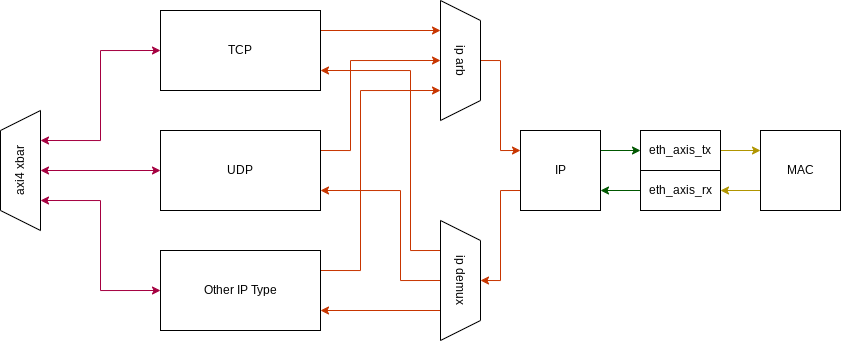
bman12three4/super6502 keeps this draw.io diagram as hw/super6502_fpga/src/sub/network_processor/doc/network_processor.drawio.png. Above is the earlier version. Source tidied: cells renumbered, new cells last; positions are measured from the earlier drawing's top-left corner, leaving out a move shared by most shapes.
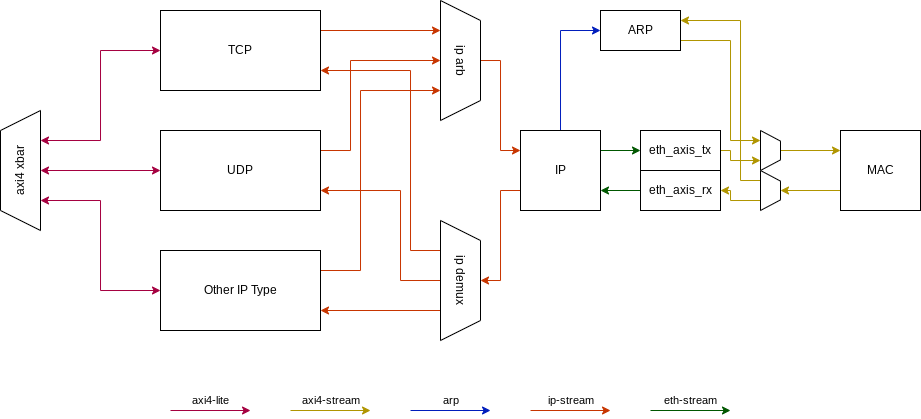
Above is the later version.

The edit, as a diff of the source:
```diff
@@ -42,15 +42,31 @@
     <mxCell id="11" value="Other IP Type" style="rounded=0;whiteSpace=wrap;html=1;" parent="1" vertex="1">
       <mxGeometry x="200" y="240" width="160" height="80" as="geometry" />
     </mxCell>
-    <mxCell id="12" style="edgeStyle=orthogonalEdgeStyle;rounded=0;jettySize=auto;html=1;exitX=0;exitY=0.75;exitDx=0;exitDy=0;entryX=1;entryY=0.5;entryDx=0;entryDy=0;fillColor=#e3c800;strokeColor=#B09500;" parent="1" edge="1" source="13" target="17">
-      <mxGeometry relative="1" as="geometry" />
+    <mxCell id="12" style="edgeStyle=orthogonalEdgeStyle;rounded=0;jettySize=auto;html=1;exitX=0.75;exitY=1;exitDx=0;exitDy=0;entryX=1;entryY=0.5;entryDx=0;entryDy=0;fillColor=#e3c800;strokeColor=#B09500;" parent="1" edge="1" source="34" target="17">
+      <mxGeometry relative="1" as="geometry">
+        <Array as="points">
+          <mxPoint x="770" y="190" />
+          <mxPoint x="770" y="180" />
+        </Array>
+      </mxGeometry>
     </mxCell>
+    <mxCell id="27" style="edgeStyle=orthogonalEdgeStyle;rounded=0;jettySize=auto;html=1;exitX=0;exitY=0.75;exitDx=0;exitDy=0;entryX=0.5;entryY=0;entryDx=0;entryDy=0;fillColor=#e3c800;strokeColor=#B09500;" parent="1" edge="1" source="13" target="34">
+      <mxGeometry relative="1" as="geometry" />
+    </mxCell>
     <mxCell id="13" value="MAC" style="whiteSpace=wrap;html=1;" parent="1" vertex="1">
-      <mxGeometry x="800" y="120" width="80" height="80" as="geometry" />
+      <mxGeometry x="880" y="120" width="80" height="80" as="geometry" />
     </mxCell>
-    <mxCell id="14" style="edgeStyle=orthogonalEdgeStyle;rounded=0;jettySize=auto;html=1;entryX=0;entryY=0.25;entryDx=0;entryDy=0;fillColor=#e3c800;strokeColor=#B09500;" parent="1" edge="1" source="15" target="13">
+    <mxCell id="14" style="edgeStyle=orthogonalEdgeStyle;rounded=0;jettySize=auto;html=1;entryX=0;entryY=0.25;entryDx=0;entryDy=0;fillColor=#e3c800;strokeColor=#B09500;exitX=0.5;exitY=0;exitDx=0;exitDy=0;" parent="1" edge="1" source="32" target="13">
       <mxGeometry relative="1" as="geometry" />
     </mxCell>
+    <mxCell id="28" style="edgeStyle=orthogonalEdgeStyle;rounded=0;jettySize=auto;html=1;entryX=0.75;entryY=1;entryDx=0;entryDy=0;fillColor=#e3c800;strokeColor=#B09500;" parent="1" edge="1" source="15" target="32">
+      <mxGeometry relative="1" as="geometry">
+        <Array as="points">
+          <mxPoint x="770" y="140" />
+          <mxPoint x="770" y="150" />
+        </Array>
+      </mxGeometry>
+    </mxCell>
     <mxCell id="15" value="eth_axis_tx" style="rounded=0;whiteSpace=wrap;html=1;" parent="1" vertex="1">
       <mxGeometry x="680" y="120" width="80" height="40" as="geometry" />
     </mxCell>
@@ -66,6 +82,9 @@
     <mxCell id="19" style="edgeStyle=orthogonalEdgeStyle;rounded=0;jettySize=auto;html=1;exitX=0;exitY=0.75;exitDx=0;exitDy=0;entryX=0.5;entryY=0;entryDx=0;entryDy=0;fillColor=#fa6800;strokeColor=#C73500;" parent="1" edge="1" source="20" target="26">
       <mxGeometry relative="1" as="geometry" />
     </mxCell>
+    <mxCell id="29" style="edgeStyle=orthogonalEdgeStyle;rounded=0;jettySize=auto;html=1;entryX=0;entryY=0.5;entryDx=0;entryDy=0;fillColor=#0050ef;strokeColor=#001DBC;" parent="1" edge="1" source="20" target="31">
+      <mxGeometry relative="1" as="geometry" />
+    </mxCell>
     <mxCell id="20" value="IP" style="rounded=0;whiteSpace=wrap;html=1;" parent="1" vertex="1">
       <mxGeometry x="560" y="120" width="80" height="80" as="geometry" />
     </mxCell>
@@ -97,5 +116,85 @@
     <mxCell id="26" value="ip demux" style="shape=trapezoid;perimeter=trapezoidPerimeter;whiteSpace=wrap;html=1;fixedSize=1;rotation=90;" parent="1" vertex="1">
       <mxGeometry x="440" y="250" width="120" height="40" as="geometry" />
     </mxCell>
+    <mxCell id="30" style="edgeStyle=orthogonalEdgeStyle;rounded=0;jettySize=auto;html=1;exitX=1;exitY=0.75;exitDx=0;exitDy=0;entryX=0.25;entryY=1;entryDx=0;entryDy=0;fillColor=#e3c800;strokeColor=#B09500;" parent="1" edge="1" source="31" target="32">
+      <mxGeometry relative="1" as="geometry">
+        <Array as="points">
+          <mxPoint x="770" y="30" />
+          <mxPoint x="770" y="130" />
+        </Array>
+      </mxGeometry>
+    </mxCell>
+    <mxCell id="31" value="ARP" style="rounded=0;whiteSpace=wrap;html=1;" parent="1" vertex="1">
+      <mxGeometry x="640" width="80" height="40" as="geometry" />
+    </mxCell>
+    <mxCell id="32" style="shape=trapezoid;perimeter=trapezoidPerimeter;whiteSpace=wrap;html=1;fixedSize=1;rotation=90;size=10.620000000000118;" parent="1" vertex="1">
+      <mxGeometry x="790" y="130" width="40" height="20" as="geometry" />
+    </mxCell>
+    <mxCell id="33" style="edgeStyle=orthogonalEdgeStyle;rounded=0;jettySize=auto;html=1;exitX=0.25;exitY=1;exitDx=0;exitDy=0;entryX=1;entryY=0.25;entryDx=0;entryDy=0;fillColor=#e3c800;strokeColor=#B09500;" parent="1" edge="1" source="34" target="31">
+      <mxGeometry relative="1" as="geometry">
+        <Array as="points">
+          <mxPoint x="780" y="170" />
+          <mxPoint x="780" y="10" />
+        </Array>
+      </mxGeometry>
+    </mxCell>
+    <mxCell id="34" style="shape=trapezoid;perimeter=trapezoidPerimeter;whiteSpace=wrap;html=1;fixedSize=1;rotation=90;size=10.620000000000118;" parent="1" vertex="1">
+      <mxGeometry x="790" y="170" width="40" height="20" as="geometry" />
+    </mxCell>
+    <mxCell id="35" style="endArrow=classic;html=1;rounded=0;fillColor=#d80073;strokeColor=#A50040;" parent="1" edge="1">
+      <mxGeometry relative="1" as="geometry">
+        <mxPoint x="210" y="400" as="sourcePoint" />
+        <mxPoint x="290" y="400" as="targetPoint" />
+      </mxGeometry>
+    </mxCell>
+    <mxCell id="36" value="axi4-lite" style="edgeLabel;html=1;align=center;verticalAlign=middle;" parent="35" vertex="1">
+      <mxGeometry x="0.2" y="2" relative="1" as="geometry">
+        <mxPoint x="-8" y="-8" as="offset" />
+      </mxGeometry>
+    </mxCell>
+    <mxCell id="37" style="endArrow=classic;html=1;rounded=0;fillColor=#e3c800;strokeColor=#B09500;" parent="1" edge="1">
+      <mxGeometry relative="1" as="geometry">
+        <mxPoint x="330" y="400" as="sourcePoint" />
+        <mxPoint x="410" y="400" as="targetPoint" />
+      </mxGeometry>
+    </mxCell>
+    <mxCell id="38" value="axi4-stream" style="edgeLabel;html=1;align=center;verticalAlign=middle;" parent="37" vertex="1">
+      <mxGeometry x="0.2" y="2" relative="1" as="geometry">
+        <mxPoint x="-8" y="-8" as="offset" />
+      </mxGeometry>
+    </mxCell>
+    <mxCell id="39" style="endArrow=classic;html=1;rounded=0;fillColor=#0050ef;strokeColor=#001DBC;" parent="1" edge="1">
+      <mxGeometry relative="1" as="geometry">
+        <mxPoint x="450" y="400" as="sourcePoint" />
+        <mxPoint x="530" y="400" as="targetPoint" />
+      </mxGeometry>
+    </mxCell>
+    <mxCell id="40" value="arp" style="edgeLabel;html=1;align=center;verticalAlign=middle;" parent="39" vertex="1">
+      <mxGeometry x="0.2" y="2" relative="1" as="geometry">
+        <mxPoint x="-8" y="-8" as="offset" />
+      </mxGeometry>
+    </mxCell>
+    <mxCell id="41" style="endArrow=classic;html=1;rounded=0;fillColor=#fa6800;strokeColor=#C73500;" parent="1" edge="1">
+      <mxGeometry relative="1" as="geometry">
+        <mxPoint x="570" y="400" as="sourcePoint" />
+        <mxPoint x="650" y="400" as="targetPoint" />
+      </mxGeometry>
+    </mxCell>
+    <mxCell id="42" value="ip-stream" style="edgeLabel;html=1;align=center;verticalAlign=middle;" parent="41" vertex="1">
+      <mxGeometry x="0.2" y="2" relative="1" as="geometry">
+        <mxPoint x="-8" y="-8" as="offset" />
+      </mxGeometry>
+    </mxCell>
+    <mxCell id="43" style="endArrow=classic;html=1;rounded=0;fillColor=#008a00;strokeColor=#005700;" parent="1" edge="1">
+      <mxGeometry relative="1" as="geometry">
+        <mxPoint x="690" y="400" as="sourcePoint" />
+        <mxPoint x="770" y="400" as="targetPoint" />
+      </mxGeometry>
+    </mxCell>
+    <mxCell id="44" value="eth-stream" style="edgeLabel;html=1;align=center;verticalAlign=middle;" parent="43" vertex="1">
+      <mxGeometry x="0.2" y="2" relative="1" as="geometry">
+        <mxPoint x="-8" y="-8" as="offset" />
+      </mxGeometry>
+    </mxCell>
   </root>
 </mxGraphModel>
```
